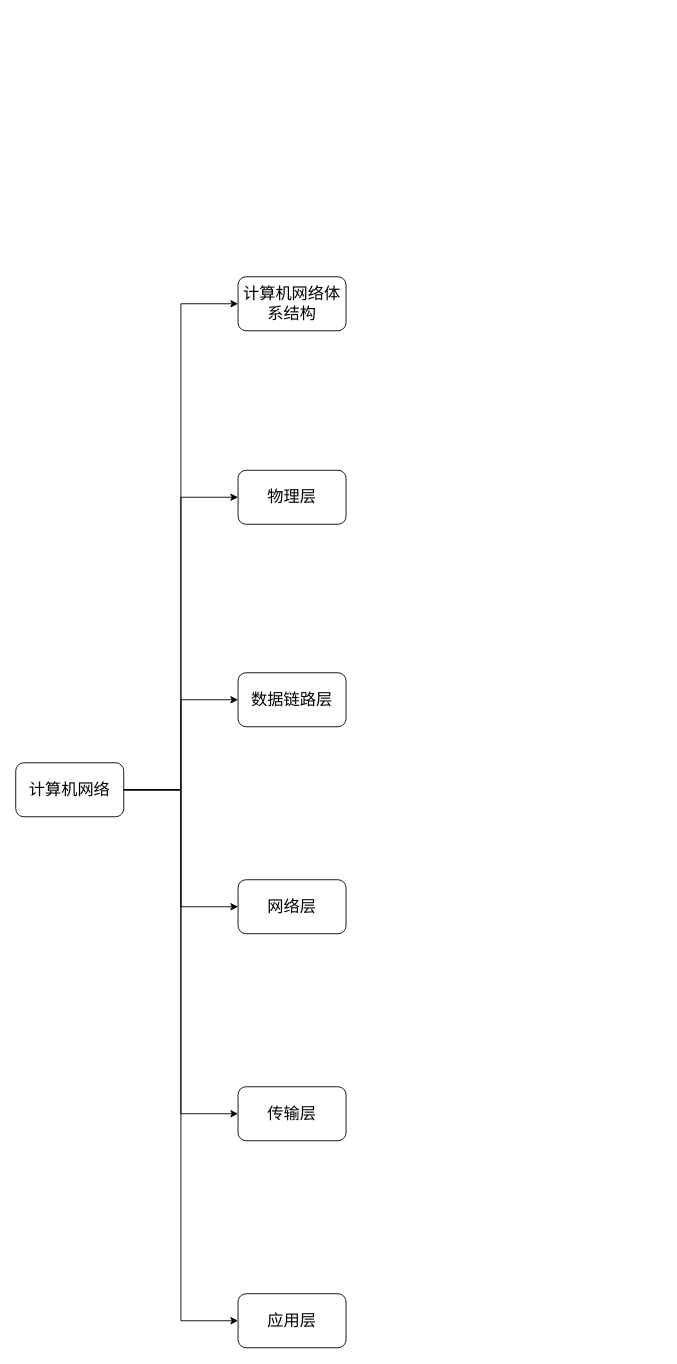
This is 未命名绘图.drawio from Rookie-end/AndriodLearn, a draw.io file, before an edit. Source tidied: cells renumbered, new cells numbered last; positions are measured from the earlier drawing's top-left corner, leaving out a move shared by most shapes. Both pictures are drawn from the tidied source at 90%, with x=0, y=0 at pixel (15, 276).
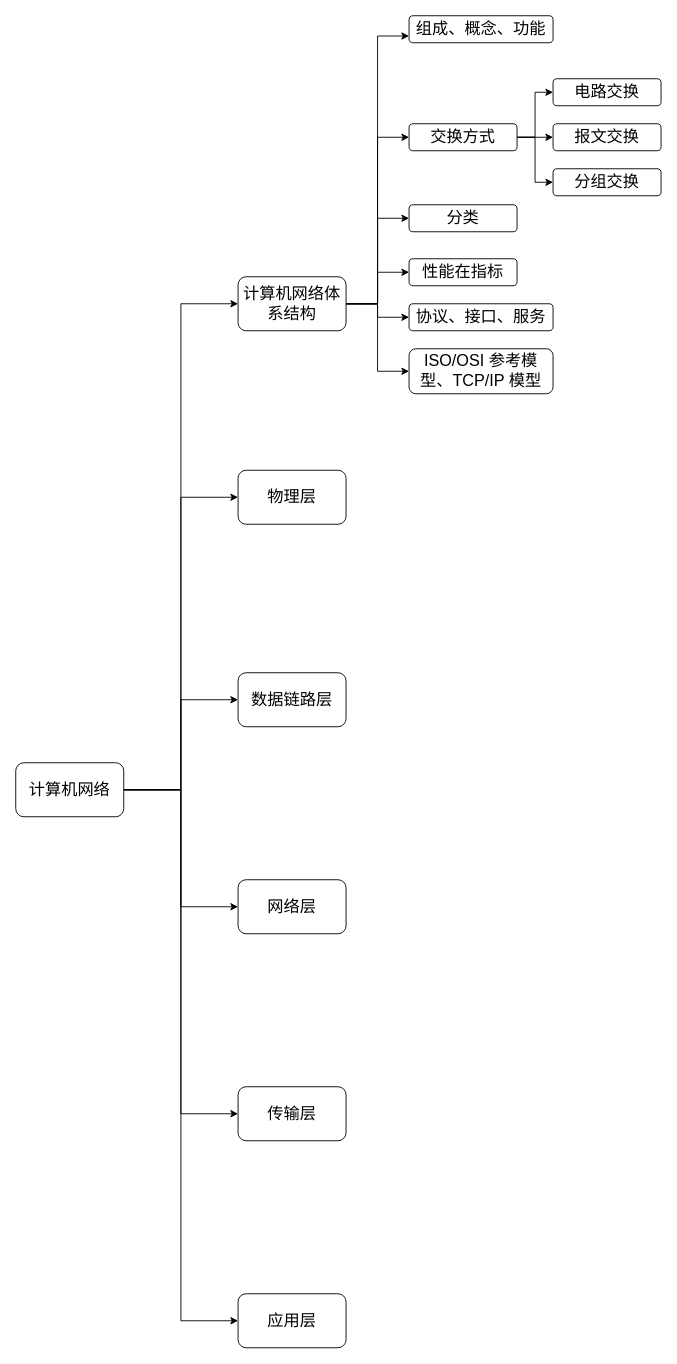
The same diagram, later.

Commit message:
更新计网第一章部分导图

The change refers to these unchanged cells:
```xml
<mxCell id="9" value="&lt;span style=&quot;font-size: 18px;&quot;&gt;计算机网络体系结构&lt;/span&gt;" style="rounded=1;whiteSpace=wrap;html=1;" parent="1" vertex="1">
  <mxGeometry x="247" width="120" height="60" as="geometry" />
</mxCell>
```

Change to the diagram source:
```diff
@@
+    <mxCell id="15" style="edgeStyle=orthogonalEdgeStyle;rounded=0;jettySize=auto;html=1;entryX=0;entryY=0.75;entryDx=0;entryDy=0;" parent="1" edge="1" source="9" target="21">
+      <mxGeometry relative="1" as="geometry" />
+    </mxCell>
+    <mxCell id="16" style="edgeStyle=orthogonalEdgeStyle;rounded=0;jettySize=auto;html=1;entryX=0;entryY=0.5;entryDx=0;entryDy=0;" parent="1" edge="1" source="9" target="25">
+      <mxGeometry relative="1" as="geometry" />
+    </mxCell>
+    <mxCell id="17" style="edgeStyle=orthogonalEdgeStyle;rounded=0;jettySize=auto;html=1;entryX=0;entryY=0.5;entryDx=0;entryDy=0;" parent="1" edge="1" source="9" target="29">
+      <mxGeometry relative="1" as="geometry" />
+    </mxCell>
+    <mxCell id="18" style="edgeStyle=orthogonalEdgeStyle;rounded=0;jettySize=auto;html=1;entryX=0;entryY=0.5;entryDx=0;entryDy=0;" parent="1" edge="1" source="9" target="30">
+      <mxGeometry relative="1" as="geometry" />
+    </mxCell>
+    <mxCell id="19" style="edgeStyle=orthogonalEdgeStyle;rounded=0;jettySize=auto;html=1;entryX=0;entryY=0.5;entryDx=0;entryDy=0;" parent="1" edge="1" source="9" target="31">
+      <mxGeometry relative="1" as="geometry" />
+    </mxCell>
+    <mxCell id="20" style="edgeStyle=orthogonalEdgeStyle;rounded=0;jettySize=auto;html=1;entryX=0;entryY=0.5;entryDx=0;entryDy=0;" parent="1" edge="1" source="9" target="32">
+      <mxGeometry relative="1" as="geometry" />
+    </mxCell>
@@
+    <mxCell id="21" value="&lt;span style=&quot;font-size: 18px;&quot;&gt;组成、概念、功能&lt;/span&gt;" style="rounded=1;whiteSpace=wrap;html=1;" parent="1" vertex="1">
+      <mxGeometry x="437" y="-290" width="160" height="30" as="geometry" />
+    </mxCell>
+    <mxCell id="22" style="edgeStyle=orthogonalEdgeStyle;rounded=0;jettySize=auto;html=1;entryX=0;entryY=0.5;entryDx=0;entryDy=0;" parent="1" edge="1" source="25" target="26">
+      <mxGeometry relative="1" as="geometry" />
+    </mxCell>
+    <mxCell id="23" style="edgeStyle=orthogonalEdgeStyle;rounded=0;jettySize=auto;html=1;entryX=0;entryY=0.5;entryDx=0;entryDy=0;" parent="1" edge="1" source="25" target="27">
+      <mxGeometry relative="1" as="geometry" />
+    </mxCell>
+    <mxCell id="24" style="edgeStyle=orthogonalEdgeStyle;rounded=0;jettySize=auto;html=1;entryX=0;entryY=0.5;entryDx=0;entryDy=0;" parent="1" edge="1" source="25" target="28">
+      <mxGeometry relative="1" as="geometry" />
+    </mxCell>
+    <mxCell id="25" value="&lt;span style=&quot;font-size: 18px;&quot;&gt;交换方式&lt;/span&gt;" style="rounded=1;whiteSpace=wrap;html=1;" parent="1" vertex="1">
+      <mxGeometry x="437" y="-170" width="120" height="30" as="geometry" />
+    </mxCell>
+    <mxCell id="26" value="&lt;span style=&quot;font-size: 18px;&quot;&gt;电路交换&lt;/span&gt;" style="rounded=1;whiteSpace=wrap;html=1;" parent="1" vertex="1">
+      <mxGeometry x="597" y="-220" width="120" height="30" as="geometry" />
+    </mxCell>
+    <mxCell id="27" value="&lt;span style=&quot;font-size: 18px;&quot;&gt;报文交换&lt;/span&gt;" style="rounded=1;whiteSpace=wrap;html=1;" parent="1" vertex="1">
+      <mxGeometry x="597" y="-170" width="120" height="30" as="geometry" />
+    </mxCell>
+    <mxCell id="28" value="&lt;span style=&quot;font-size: 18px;&quot;&gt;分组交换&lt;/span&gt;" style="rounded=1;whiteSpace=wrap;html=1;" parent="1" vertex="1">
+      <mxGeometry x="597" y="-120" width="120" height="30" as="geometry" />
+    </mxCell>
+    <mxCell id="29" value="&lt;span style=&quot;font-size: 18px;&quot;&gt;分类&lt;/span&gt;" style="rounded=1;whiteSpace=wrap;html=1;" parent="1" vertex="1">
+      <mxGeometry x="437" y="-80" width="120" height="30" as="geometry" />
+    </mxCell>
+    <mxCell id="30" value="&lt;span style=&quot;font-size: 18px;&quot;&gt;性能在指标&lt;/span&gt;" style="rounded=1;whiteSpace=wrap;html=1;" parent="1" vertex="1">
+      <mxGeometry x="437" y="-20" width="120" height="30" as="geometry" />
+    </mxCell>
+    <mxCell id="31" value="&lt;span style=&quot;font-size: 18px;&quot;&gt;协议、接口、服务&lt;/span&gt;" style="rounded=1;whiteSpace=wrap;html=1;" parent="1" vertex="1">
+      <mxGeometry x="437" y="30" width="160" height="30" as="geometry" />
+    </mxCell>
+    <mxCell id="32" value="&lt;span style=&quot;font-size: 18px;&quot;&gt;ISO/OSI 参考模型、TCP/IP 模型&lt;/span&gt;" style="rounded=1;whiteSpace=wrap;html=1;" parent="1" vertex="1">
+      <mxGeometry x="437" y="80" width="160" height="50" as="geometry" />
+    </mxCell>
```
